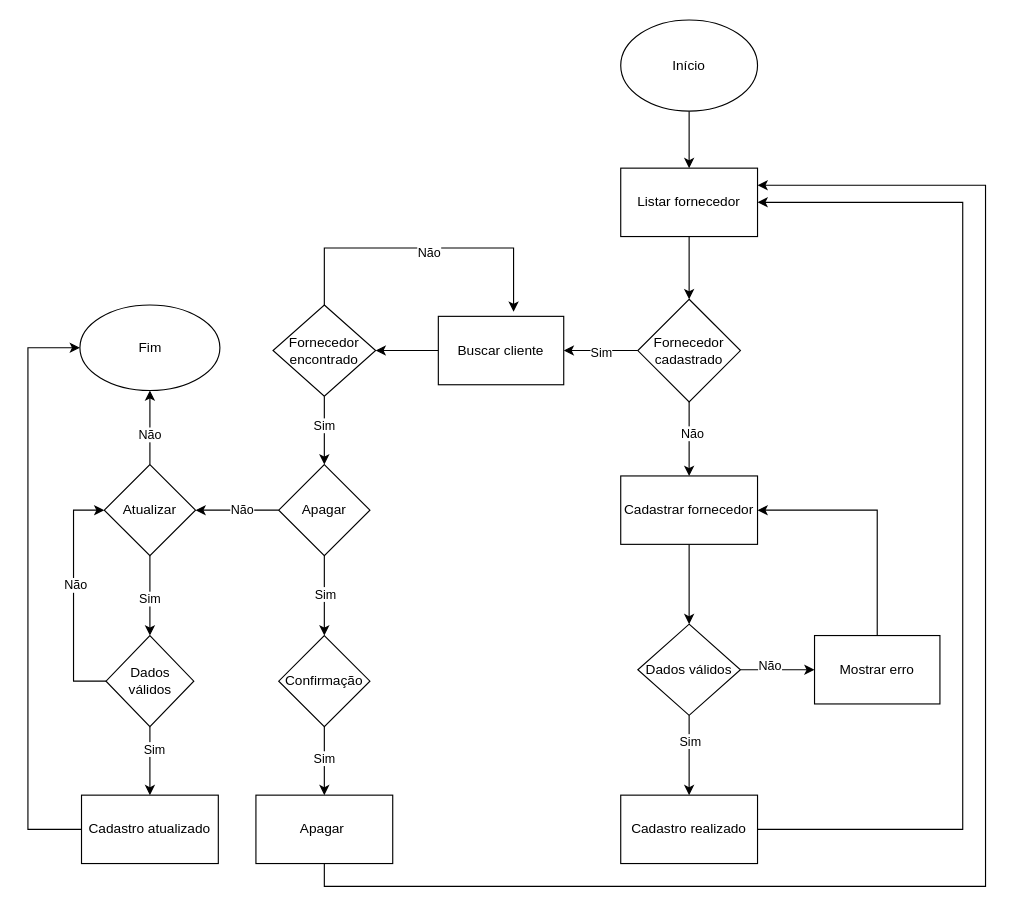
The draw.io diagram page "Página-2" (2 of 9) of DOC/fluxograma.drawio in juliareis14/avatar.app, before the edit. Source tidied: cells renumbered, new cells numbered last; positions are measured from the earlier drawing's top-left corner, leaving out a move shared by most shapes. Both pictures are drawn from the tidied source at 114%, with x=0, y=0 at pixel (27, 19).
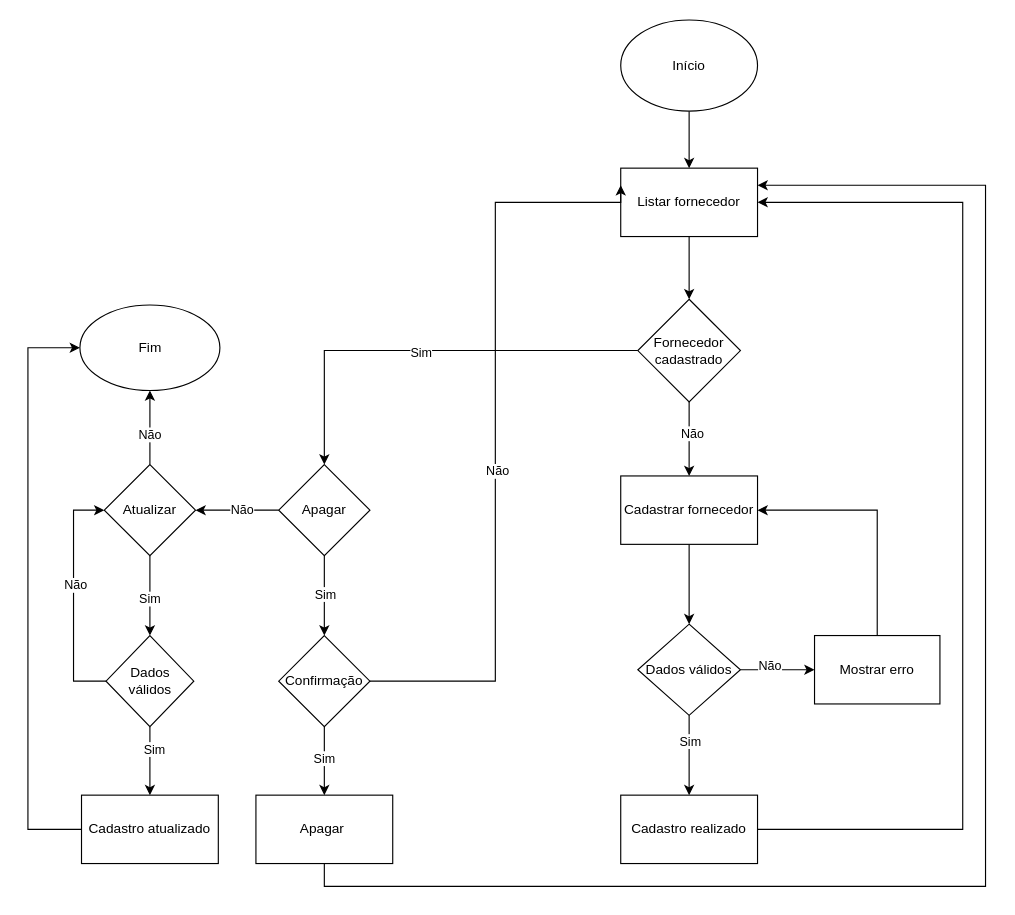
Above is the later version.

Unchanged cells that the change refers to:
```xml
<mxCell id="5" value="Listar fornecedor" style="whiteSpace=wrap;html=1;" parent="1" vertex="1">
  <mxGeometry x="520" y="130" width="120" height="60" as="geometry" />
</mxCell>
<mxCell id="10" value="Fornecedor cadastrado" style="rhombus;whiteSpace=wrap;html=1;" parent="1" vertex="1">
  <mxGeometry x="535" y="245" width="90" height="90" as="geometry" />
</mxCell>
<mxCell id="31" value="Apagar" style="rhombus;whiteSpace=wrap;html=1;" parent="1" vertex="1">
  <mxGeometry x="220" y="390" width="80" height="80" as="geometry" />
</mxCell>
<mxCell id="34" value="Confirmação" style="rhombus;whiteSpace=wrap;html=1;" parent="1" vertex="1">
  <mxGeometry x="220" y="540" width="80" height="80" as="geometry" />
</mxCell>
```

Change to the diagram source:
```diff
@@
-    <mxCell id="8" style="edgeStyle=orthogonalEdgeStyle;rounded=0;jettySize=auto;html=1;" parent="1" edge="1" source="10" target="14">
+    <mxCell id="8" style="edgeStyle=orthogonalEdgeStyle;rounded=0;jettySize=auto;html=1;entryX=0.5;entryY=0;entryDx=0;entryDy=0;" parent="1" edge="1" source="10" target="31">
       <mxGeometry relative="1" as="geometry" />
     </mxCell>
@@
-    <mxCell id="13" style="edgeStyle=orthogonalEdgeStyle;rounded=0;jettySize=auto;html=1;" parent="1" edge="1" source="14" target="26">
-      <mxGeometry relative="1" as="geometry" />
-    </mxCell>
-    <mxCell id="14" value="Buscar cliente" style="whiteSpace=wrap;html=1;" parent="1" vertex="1">
-      <mxGeometry x="360" y="260" width="110" height="60" as="geometry" />
-    </mxCell>
@@
-    <mxCell id="24" style="edgeStyle=orthogonalEdgeStyle;rounded=0;jettySize=auto;html=1;" parent="1" edge="1" source="26" target="31">
-      <mxGeometry relative="1" as="geometry" />
-    </mxCell>
-    <mxCell id="25" value="Sim" style="edgeLabel;html=1;align=center;verticalAlign=middle;" parent="24" vertex="1">
-      <mxGeometry x="-0.17" y="-1" relative="1" as="geometry" />
-    </mxCell>
-    <mxCell id="26" value="Fornecedor encontrado" style="rhombus;whiteSpace=wrap;html=1;" parent="1" vertex="1">
-      <mxGeometry x="215" y="250" width="90" height="80" as="geometry" />
-    </mxCell>
@@
+    <mxCell id="53" style="edgeStyle=orthogonalEdgeStyle;rounded=0;jettySize=auto;html=1;exitX=1;exitY=0.5;exitDx=0;exitDy=0;entryX=0;entryY=0.25;entryDx=0;entryDy=0;" parent="1" edge="1" source="34" target="5">
+      <mxGeometry relative="1" as="geometry">
+        <Array as="points">
+          <mxPoint x="410" y="580" />
+          <mxPoint x="410" y="160" />
+          <mxPoint x="520" y="160" />
+        </Array>
+      </mxGeometry>
+    </mxCell>
+    <mxCell id="36" value="Não" style="edgeLabel;html=1;align=center;verticalAlign=middle;" parent="53" vertex="1">
+      <mxGeometry x="-0.1" y="-1" relative="1" as="geometry" />
+    </mxCell>
@@
-    <mxCell id="35" style="edgeStyle=orthogonalEdgeStyle;rounded=0;jettySize=auto;html=1;entryX=0.6;entryY=-0.067;entryDx=0;entryDy=0;entryPerimeter=0;" parent="1" edge="1" source="26" target="14">
-      <mxGeometry relative="1" as="geometry">
-        <Array as="points">
-          <mxPoint x="260" y="200" />
-          <mxPoint x="426" y="200" />
-        </Array>
-      </mxGeometry>
-    </mxCell>
-    <mxCell id="36" value="Não" style="edgeLabel;html=1;align=center;verticalAlign=middle;" parent="35" vertex="1">
-      <mxGeometry x="0.04" y="-3" relative="1" as="geometry" />
-    </mxCell>
```
